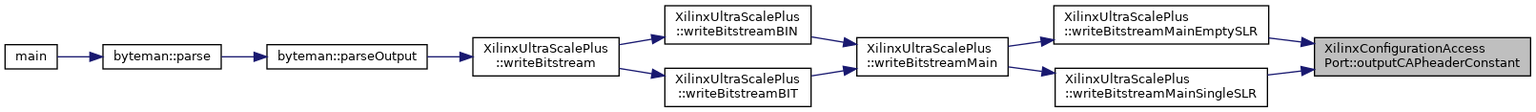
Before: classXilinxConfigurationAccessPort_a64029ac1ea70312a6a2deee735fe4018_icgraph.png, a diagram exported from Graphviz (FPGA-Research-Manchester/byteman). Its source is kept beside it as classXilinxConfigurationAccessPort_a64029ac1ea70312a6a2deee735fe4018_icgraph.dot.
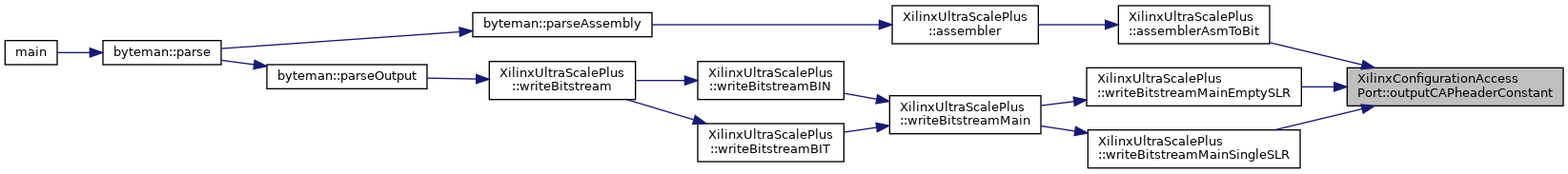
After the change.

Change to the diagram source:
```diff
@@ -5,23 +5,30 @@
   rankdir="RL";
   Node1 [label="XilinxConfigurationAccess\lPort::outputCAPheaderConstant",height=0.2,width=0.4,color="black", fillcolor="grey75", style="filled", fontcolor="black",tooltip=" "];
   Node1 -> Node2 [dir="back",color="midnightblue",fontsize="10",style="solid",fontname="Helvetica"];
-  Node2 [label="XilinxUltraScalePlus\l::writeBitstreamMainEmptySLR",height=0.2,width=0.4,color="black", fillcolor="white", style="filled",URL="$classXilinxUltraScalePlus.html#a9c88e1cc4400a4f80a7757536442a193",tooltip=" "];
+  Node2 [label="XilinxUltraScalePlus\l::assemblerAsmToBit",height=0.2,width=0.4,color="black", fillcolor="white", style="filled",URL="$classXilinxUltraScalePlus.html#a058802c627c4177c6fd88ca079551207",tooltip=" "];
   Node2 -> Node3 [dir="back",color="midnightblue",fontsize="10",style="solid",fontname="Helvetica"];
-  Node3 [label="XilinxUltraScalePlus\l::writeBitstreamMain",height=0.2,width=0.4,color="black", fillcolor="white", style="filled",URL="$classXilinxUltraScalePlus.html#afcd0f828eff528d0c178a5e473ee2181",tooltip=" "];
+  Node3 [label="XilinxUltraScalePlus\l::assembler",height=0.2,width=0.4,color="black", fillcolor="white", style="filled",URL="$classXilinxUltraScalePlus.html#a53e5f6ec962f1f2a961f90b8b9e90e10",tooltip=" "];
   Node3 -> Node4 [dir="back",color="midnightblue",fontsize="10",style="solid",fontname="Helvetica"];
-  Node4 [label="XilinxUltraScalePlus\l::writeBitstreamBIN",height=0.2,width=0.4,color="black", fillcolor="white", style="filled",URL="$classXilinxUltraScalePlus.html#ab32b8ddf6ed62003568932d9167f7231",tooltip=" "];
+  Node4 [label="byteman::parseAssembly",height=0.2,width=0.4,color="black", fillcolor="white", style="filled",URL="$classbyteman.html#a5e7f2e31d95626075a6ce22b54ecbbf8",tooltip=" "];
   Node4 -> Node5 [dir="back",color="midnightblue",fontsize="10",style="solid",fontname="Helvetica"];
-  Node5 [label="XilinxUltraScalePlus\l::writeBitstream",height=0.2,width=0.4,color="black", fillcolor="white", style="filled",URL="$classXilinxUltraScalePlus.html#a7f2a7c34766d004adc6f1cfe1bdd62e7",tooltip=" "];
+  Node5 [label="byteman::parse",height=0.2,width=0.4,color="black", fillcolor="white", style="filled",URL="$classbyteman.html#a0ce0e992678e3f8b51cc5e01cea14ddb",tooltip=" "];
   Node5 -> Node6 [dir="back",color="midnightblue",fontsize="10",style="solid",fontname="Helvetica"];
-  Node6 [label="byteman::parseOutput",height=0.2,width=0.4,color="black", fillcolor="white", style="filled",URL="$classbyteman.html#a2ff1e5c9e9b542e9f74768b296ace32f",tooltip=" "];
-  Node6 -> Node7 [dir="back",color="midnightblue",fontsize="10",style="solid",fontname="Helvetica"];
-  Node7 [label="byteman::parse",height=0.2,width=0.4,color="black", fillcolor="white", style="filled",URL="$classbyteman.html#a0ce0e992678e3f8b51cc5e01cea14ddb",tooltip=" "];
+  Node6 [label="main",height=0.2,width=0.4,color="black", fillcolor="white", style="filled",URL="$byteman_8cpp.html#a0ddf1224851353fc92bfbff6f499fa97",tooltip=" "];
+  Node1 -> Node7 [dir="back",color="midnightblue",fontsize="10",style="solid",fontname="Helvetica"];
+  Node7 [label="XilinxUltraScalePlus\l::writeBitstreamMainEmptySLR",height=0.2,width=0.4,color="black", fillcolor="white", style="filled",URL="$classXilinxUltraScalePlus.html#a9c88e1cc4400a4f80a7757536442a193",tooltip=" "];
   Node7 -> Node8 [dir="back",color="midnightblue",fontsize="10",style="solid",fontname="Helvetica"];
-  Node8 [label="main",height=0.2,width=0.4,color="black", fillcolor="white", style="filled",URL="$byteman_8cpp.html#a0ddf1224851353fc92bfbff6f499fa97",tooltip=" "];
-  Node3 -> Node9 [dir="back",color="midnightblue",fontsize="10",style="solid",fontname="Helvetica"];
-  Node9 [label="XilinxUltraScalePlus\l::writeBitstreamBIT",height=0.2,width=0.4,color="black", fillcolor="white", style="filled",URL="$classXilinxUltraScalePlus.html#aafc764306446548f9127f3e30759af49",tooltip=" "];
-  Node9 -> Node5 [dir="back",color="midnightblue",fontsize="10",style="solid",fontname="Helvetica"];
-  Node1 -> Node10 [dir="back",color="midnightblue",fontsize="10",style="solid",fontname="Helvetica"];
-  Node10 [label="XilinxUltraScalePlus\l::writeBitstreamMainSingleSLR",height=0.2,width=0.4,color="black", fillcolor="white", style="filled",URL="$classXilinxUltraScalePlus.html#a452023c07e40cbb6b1a5c65db8494a65",tooltip=" "];
-  Node10 -> Node3 [dir="back",color="midnightblue",fontsize="10",style="solid",fontname="Helvetica"];
+  Node8 [label="XilinxUltraScalePlus\l::writeBitstreamMain",height=0.2,width=0.4,color="black", fillcolor="white", style="filled",URL="$classXilinxUltraScalePlus.html#afcd0f828eff528d0c178a5e473ee2181",tooltip=" "];
+  Node8 -> Node9 [dir="back",color="midnightblue",fontsize="10",style="solid",fontname="Helvetica"];
+  Node9 [label="XilinxUltraScalePlus\l::writeBitstreamBIN",height=0.2,width=0.4,color="black", fillcolor="white", style="filled",URL="$classXilinxUltraScalePlus.html#ab32b8ddf6ed62003568932d9167f7231",tooltip=" "];
+  Node9 -> Node10 [dir="back",color="midnightblue",fontsize="10",style="solid",fontname="Helvetica"];
+  Node10 [label="XilinxUltraScalePlus\l::writeBitstream",height=0.2,width=0.4,color="black", fillcolor="white", style="filled",URL="$classXilinxUltraScalePlus.html#a7f2a7c34766d004adc6f1cfe1bdd62e7",tooltip=" "];
+  Node10 -> Node11 [dir="back",color="midnightblue",fontsize="10",style="solid",fontname="Helvetica"];
+  Node11 [label="byteman::parseOutput",height=0.2,width=0.4,color="black", fillcolor="white", style="filled",URL="$classbyteman.html#a2ff1e5c9e9b542e9f74768b296ace32f",tooltip=" "];
+  Node11 -> Node5 [dir="back",color="midnightblue",fontsize="10",style="solid",fontname="Helvetica"];
+  Node8 -> Node12 [dir="back",color="midnightblue",fontsize="10",style="solid",fontname="Helvetica"];
+  Node12 [label="XilinxUltraScalePlus\l::writeBitstreamBIT",height=0.2,width=0.4,color="black", fillcolor="white", style="filled",URL="$classXilinxUltraScalePlus.html#aafc764306446548f9127f3e30759af49",tooltip=" "];
+  Node12 -> Node10 [dir="back",color="midnightblue",fontsize="10",style="solid",fontname="Helvetica"];
+  Node1 -> Node13 [dir="back",color="midnightblue",fontsize="10",style="solid",fontname="Helvetica"];
+  Node13 [label="XilinxUltraScalePlus\l::writeBitstreamMainSingleSLR",height=0.2,width=0.4,color="black", fillcolor="white", style="filled",URL="$classXilinxUltraScalePlus.html#a452023c07e40cbb6b1a5c65db8494a65",tooltip=" "];
+  Node13 -> Node8 [dir="back",color="midnightblue",fontsize="10",style="solid",fontname="Helvetica"];
 }
```
